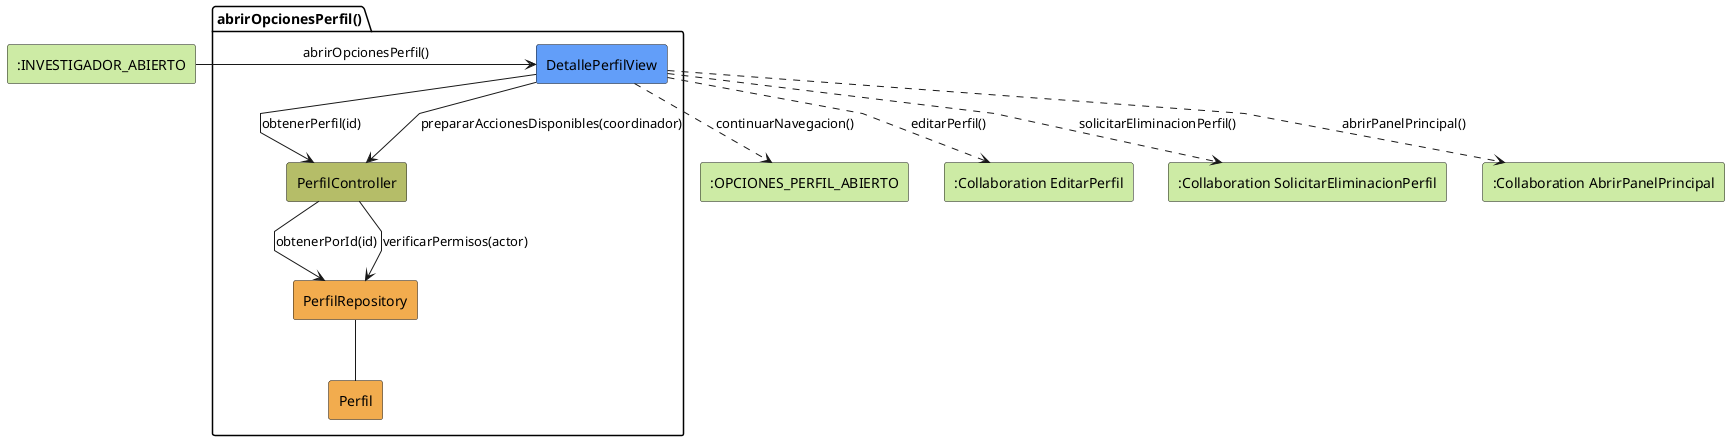
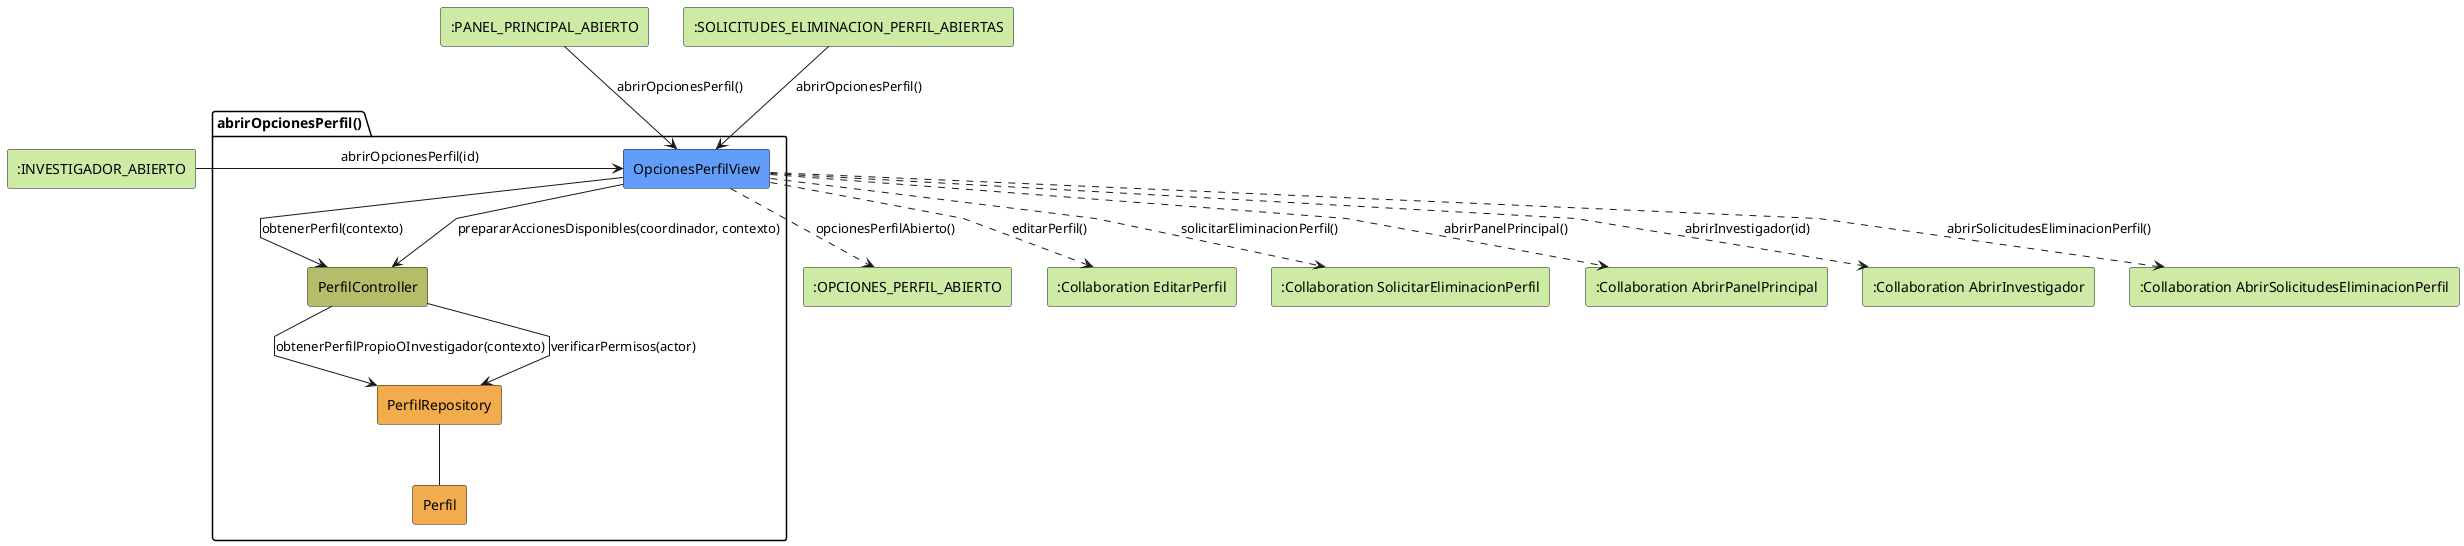
@startuml abrirOpcionesPerfil-analisis
skinparam linetype polyline

- rectangle #CDEBA5 ":INVESTIGADOR_ABIERTO" as EstadoEntrada
+ rectangle #CDEBA5 ":INVESTIGADOR_ABIERTO" as EstadoEntradaInvestigador
+ rectangle #CDEBA5 ":PANEL_PRINCIPAL_ABIERTO" as EstadoEntradaPanel
+ rectangle #CDEBA5 ":SOLICITUDES_ELIMINACION_PERFIL_ABIERTAS" as EstadoEntradaSolicitudes
package abrirOpcionesPerfil as "abrirOpcionesPerfil()" {
-     rectangle #629EF9 DetallePerfilView
+     rectangle #629EF9 OpcionesPerfilView
    rectangle #b5bd68 PerfilController
    rectangle #F2AC4E PerfilRepository
    rectangle #F2AC4E Perfil
}

rectangle #CDEBA5 ":OPCIONES_PERFIL_ABIERTO" as EstadoSalida
rectangle #CDEBA5 ":Collaboration EditarPerfil" as EditarPerfil
rectangle #CDEBA5 ":Collaboration SolicitarEliminacionPerfil" as SolicitarEliminacionPerfil
rectangle #CDEBA5 ":Collaboration AbrirPanelPrincipal" as AbrirPanelPrincipal
+ rectangle #CDEBA5 ":Collaboration AbrirInvestigador" as AbrirInvestigador
+ rectangle #CDEBA5 ":Collaboration AbrirSolicitudesEliminacionPerfil" as AbrirSolicitudesEliminacionPerfil

- EstadoEntrada -r-> DetallePerfilView: abrirOpcionesPerfil()
+ EstadoEntradaInvestigador -r-> OpcionesPerfilView: abrirOpcionesPerfil(id)
+ EstadoEntradaPanel -d-> OpcionesPerfilView: abrirOpcionesPerfil()
+ EstadoEntradaSolicitudes -d-> OpcionesPerfilView: abrirOpcionesPerfil()

- DetallePerfilView -d-> PerfilController: obtenerPerfil(id)
- DetallePerfilView --> PerfilController: prepararAccionesDisponibles(coordinador)
- PerfilController --> PerfilRepository: obtenerPorId(id)
+ OpcionesPerfilView -d-> PerfilController: obtenerPerfil(contexto)
+ OpcionesPerfilView --> PerfilController: prepararAccionesDisponibles(coordinador, contexto)
+ PerfilController --> PerfilRepository: obtenerPerfilPropioOInvestigador(contexto)
PerfilController --> PerfilRepository: verificarPermisos(actor)
PerfilRepository -- Perfil
- DetallePerfilView ..> EstadoSalida: continuarNavegacion()
- DetallePerfilView ..> EditarPerfil: editarPerfil()
- DetallePerfilView ..> SolicitarEliminacionPerfil: solicitarEliminacionPerfil()
- DetallePerfilView ..> AbrirPanelPrincipal: abrirPanelPrincipal()
+ OpcionesPerfilView ..> EstadoSalida: opcionesPerfilAbierto()
+ OpcionesPerfilView ..> EditarPerfil: editarPerfil()
+ OpcionesPerfilView ..> SolicitarEliminacionPerfil: solicitarEliminacionPerfil()
+ OpcionesPerfilView ..> AbrirPanelPrincipal: abrirPanelPrincipal()
+ OpcionesPerfilView ..> AbrirInvestigador: abrirInvestigador(id)
+ OpcionesPerfilView ..> AbrirSolicitudesEliminacionPerfil: abrirSolicitudesEliminacionPerfil()

@enduml
